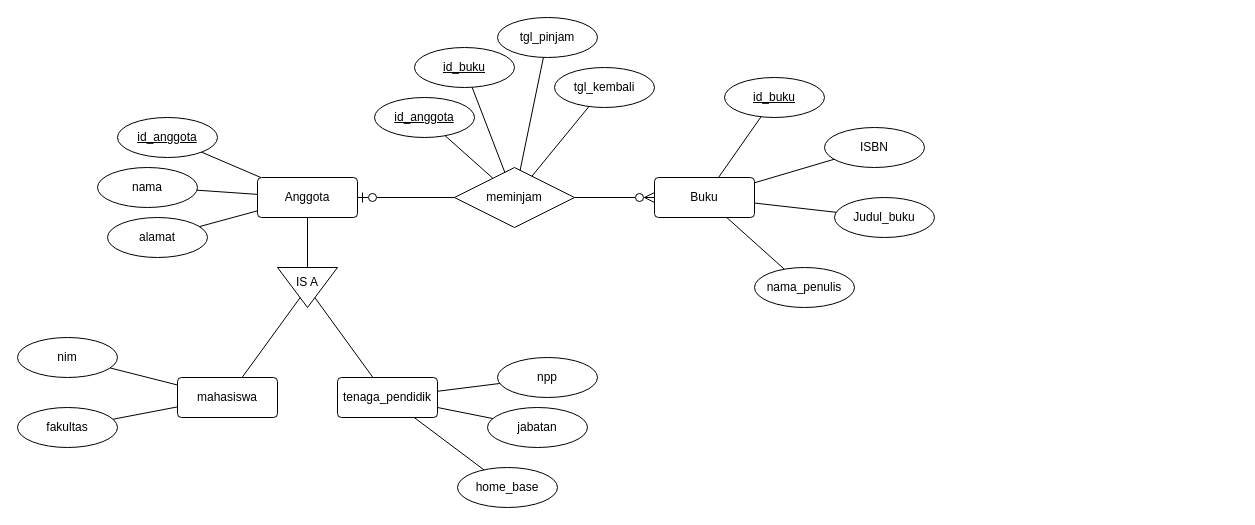
This is perpus.drawio from ilhamtkj/diagram, a draw.io file, before an edit. Source tidied: cells renumbered, new cells numbered last; positions are measured from the earlier drawing's top-left corner, leaving out a move shared by most shapes. Both pictures are drawn from the tidied source at 100%, with x=0, y=0 at pixel (17, 17).
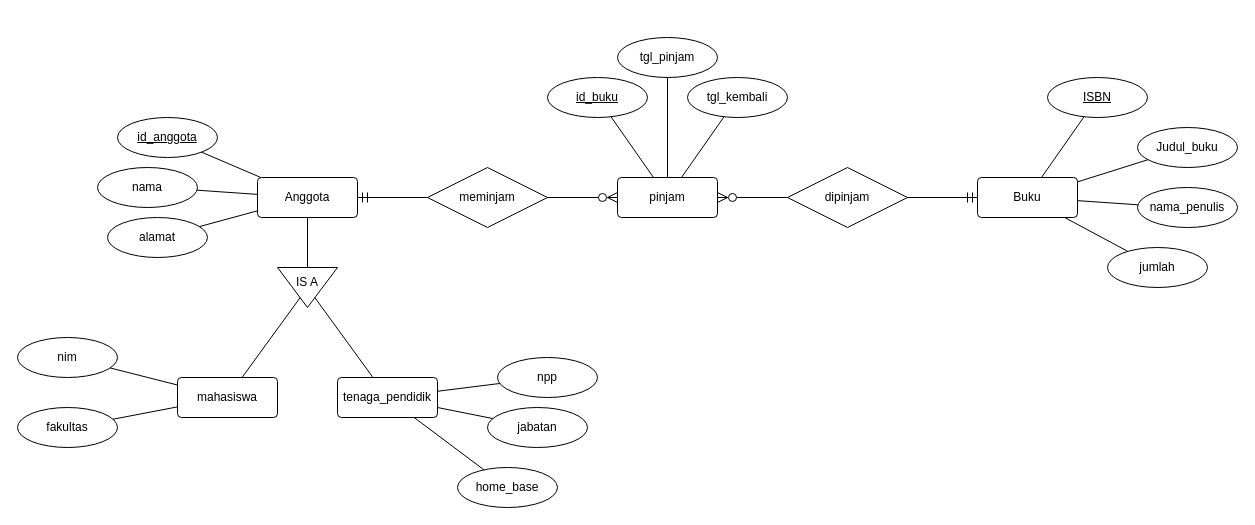
After the change.

Commit message:
add third entity and relation

Unchanged cells that the change refers to:
```xml
<mxCell id="11" value="Anggota" style="rounded=1;arcSize=10;whiteSpace=wrap;html=1;align=center;" parent="1" vertex="1">
  <mxGeometry x="240" y="160" width="100" height="40" as="geometry" />
</mxCell>
```

The edit, as a diff of the source:
```diff
@@
     <mxCell id="2" value="Buku" style="rounded=1;arcSize=10;whiteSpace=wrap;html=1;align=center;" parent="1" vertex="1">
-      <mxGeometry x="637" y="160" width="100" height="40" as="geometry" />
+      <mxGeometry x="960" y="160" width="100" height="40" as="geometry" />
     </mxCell>
-    <mxCell id="3" value="id_buku" style="ellipse;whiteSpace=wrap;html=1;align=center;fontStyle=4;" parent="1" vertex="1">
-      <mxGeometry x="707" y="60" width="100" height="40" as="geometry" />
+    <mxCell id="3" value="ISBN" style="ellipse;whiteSpace=wrap;html=1;align=center;fontStyle=4;" parent="1" vertex="1">
+      <mxGeometry x="1030" y="60" width="100" height="40" as="geometry" />
     </mxCell>
-    <mxCell id="4" value="ISBN" style="ellipse;whiteSpace=wrap;html=1;align=center;" parent="1" vertex="1">
-      <mxGeometry x="807" y="110" width="100" height="40" as="geometry" />
+    <mxCell id="4" value="jumlah" style="ellipse;whiteSpace=wrap;html=1;align=center;" parent="1" vertex="1">
+      <mxGeometry x="1090" y="230" width="100" height="40" as="geometry" />
     </mxCell>
     <mxCell id="5" value="Judul_buku" style="ellipse;whiteSpace=wrap;html=1;align=center;" parent="1" vertex="1">
-      <mxGeometry x="817" y="180" width="100" height="40" as="geometry" />
+      <mxGeometry x="1120" y="110" width="100" height="40" as="geometry" />
     </mxCell>
     <mxCell id="6" value="nama_penulis" style="ellipse;whiteSpace=wrap;html=1;align=center;" parent="1" vertex="1">
-      <mxGeometry x="737" y="250" width="100" height="40" as="geometry" />
+      <mxGeometry x="1120" y="170" width="100" height="40" as="geometry" />
     </mxCell>
@@
+    <mxCell id="47" value="pinjam" style="rounded=1;arcSize=10;whiteSpace=wrap;html=1;align=center;" parent="1" vertex="1">
+      <mxGeometry x="600" y="160" width="100" height="40" as="geometry" />
+    </mxCell>
     <mxCell id="36" value="meminjam" style="shape=rhombus;perimeter=rhombusPerimeter;whiteSpace=wrap;html=1;align=center;" parent="1" vertex="1">
-      <mxGeometry x="437" y="150" width="120" height="60" as="geometry" />
+      <mxGeometry x="410" y="150" width="120" height="60" as="geometry" />
     </mxCell>
-    <mxCell id="37" style="endArrow=none;html=1;rounded=0;startArrow=ERzeroToOne;startFill=0;endSize=6;startSize=8;" parent="1" edge="1" source="11" target="36">
-      <mxGeometry relative="1" as="geometry" />
-    </mxCell>
-    <mxCell id="38" style="endArrow=ERzeroToMany;html=1;rounded=0;endFill=0;endSize=8;" parent="1" edge="1" source="36" target="2">
-      <mxGeometry relative="1" as="geometry" />
-    </mxCell>
+    <mxCell id="48" value="dipinjam" style="shape=rhombus;perimeter=rhombusPerimeter;whiteSpace=wrap;html=1;align=center;" parent="1" vertex="1">
+      <mxGeometry x="770" y="150" width="120" height="60" as="geometry" />
+    </mxCell>
+    <mxCell id="42" value="id_buku" style="ellipse;whiteSpace=wrap;html=1;align=center;fontStyle=4;" parent="1" vertex="1">
+      <mxGeometry x="530" y="60" width="100" height="40" as="geometry" />
+    </mxCell>
     <mxCell id="39" value="tgl_pinjam" style="ellipse;whiteSpace=wrap;html=1;align=center;" parent="1" vertex="1">
-      <mxGeometry x="480" width="100" height="40" as="geometry" />
+      <mxGeometry x="600" y="20" width="100" height="40" as="geometry" />
     </mxCell>
     <mxCell id="40" value="tgl_kembali" style="ellipse;whiteSpace=wrap;html=1;align=center;" parent="1" vertex="1">
-      <mxGeometry x="537" y="50" width="100" height="40" as="geometry" />
+      <mxGeometry x="670" y="60" width="100" height="40" as="geometry" />
     </mxCell>
-    <mxCell id="41" value="id_anggota" style="ellipse;whiteSpace=wrap;html=1;align=center;fontStyle=4;" parent="1" vertex="1">
-      <mxGeometry x="357" y="80" width="100" height="40" as="geometry" />
-    </mxCell>
-    <mxCell id="42" value="id_buku" style="ellipse;whiteSpace=wrap;html=1;align=center;fontStyle=4;" parent="1" vertex="1">
-      <mxGeometry x="397" y="30" width="100" height="40" as="geometry" />
-    </mxCell>
-    <mxCell id="43" style="endArrow=none;html=1;rounded=0;" parent="1" edge="1" source="41" target="36">
-      <mxGeometry relative="1" as="geometry" />
-    </mxCell>
-    <mxCell id="44" style="endArrow=none;html=1;rounded=0;" parent="1" edge="1" source="39" target="36">
-      <mxGeometry relative="1" as="geometry" />
-    </mxCell>
-    <mxCell id="45" style="endArrow=none;html=1;rounded=0;" parent="1" edge="1" source="42" target="36">
-      <mxGeometry relative="1" as="geometry" />
-    </mxCell>
-    <mxCell id="46" style="endArrow=none;html=1;rounded=0;" parent="1" edge="1" source="40" target="36">
-      <mxGeometry relative="1" as="geometry" />
-    </mxCell>
+    <mxCell id="49" style="endArrow=none;html=1;rounded=0;" parent="1" edge="1" source="42" target="47">
+      <mxGeometry relative="1" as="geometry" />
+    </mxCell>
+    <mxCell id="50" style="endArrow=none;html=1;rounded=0;" parent="1" edge="1" source="39" target="47">
+      <mxGeometry relative="1" as="geometry" />
+    </mxCell>
+    <mxCell id="51" style="endArrow=none;html=1;rounded=0;" parent="1" edge="1" source="40" target="47">
+      <mxGeometry relative="1" as="geometry" />
+    </mxCell>
+    <mxCell id="37" style="endArrow=none;html=1;rounded=0;startArrow=ERmandOne;startFill=0;startSize=8;" parent="1" edge="1" source="11" target="36">
+      <mxGeometry relative="1" as="geometry" />
+    </mxCell>
+    <mxCell id="52" style="endArrow=ERzeroToMany;html=1;rounded=0;endSize=8;endFill=0;" parent="1" edge="1" source="36" target="47">
+      <mxGeometry relative="1" as="geometry" />
+    </mxCell>
+    <mxCell id="53" style="endArrow=none;html=1;rounded=0;startArrow=ERzeroToMany;startFill=0;startSize=8;" parent="1" edge="1" source="47" target="48">
+      <mxGeometry relative="1" as="geometry" />
+    </mxCell>
+    <mxCell id="54" style="endArrow=ERmandOne;html=1;rounded=0;endFill=0;endSize=8;" parent="1" edge="1" source="48" target="2">
+      <mxGeometry relative="1" as="geometry" />
+    </mxCell>
```
